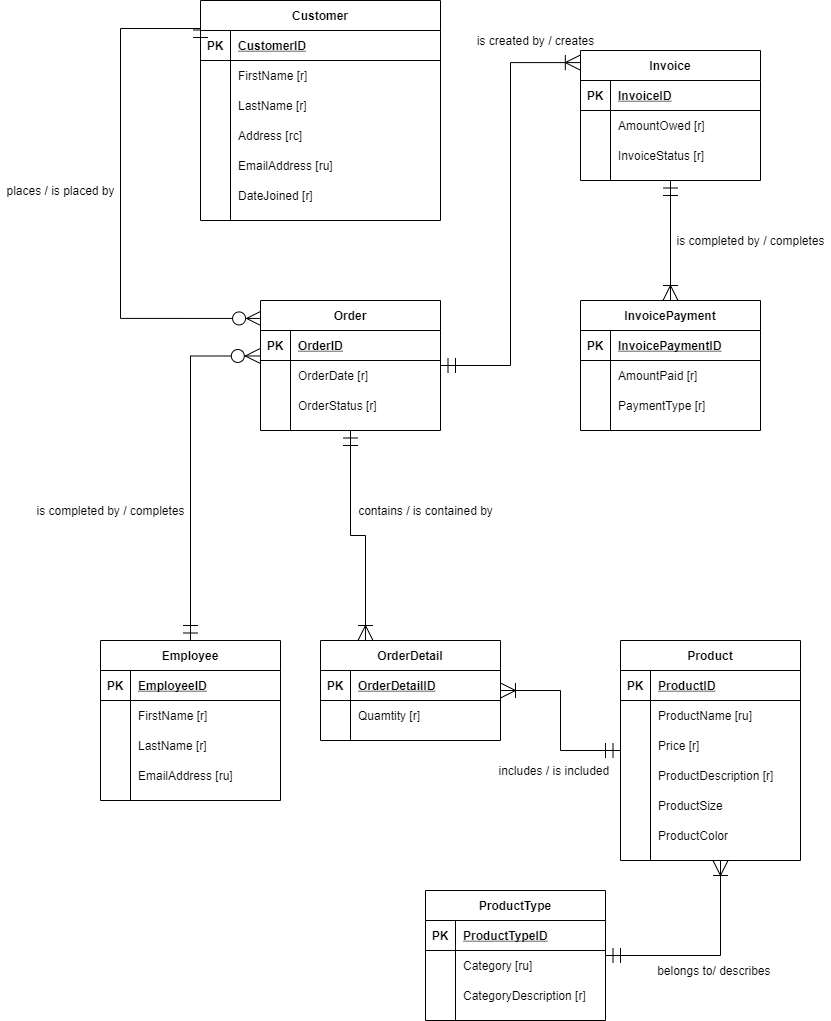
Earlier version of the draw.io export Project/Project Conceptual Model.png (trisxcj1/SyracuseUniversity_IST659). Source tidied: cells renumbered, new cells last; positions are measured from the earlier drawing's top-left corner, leaving out a move shared by most shapes.
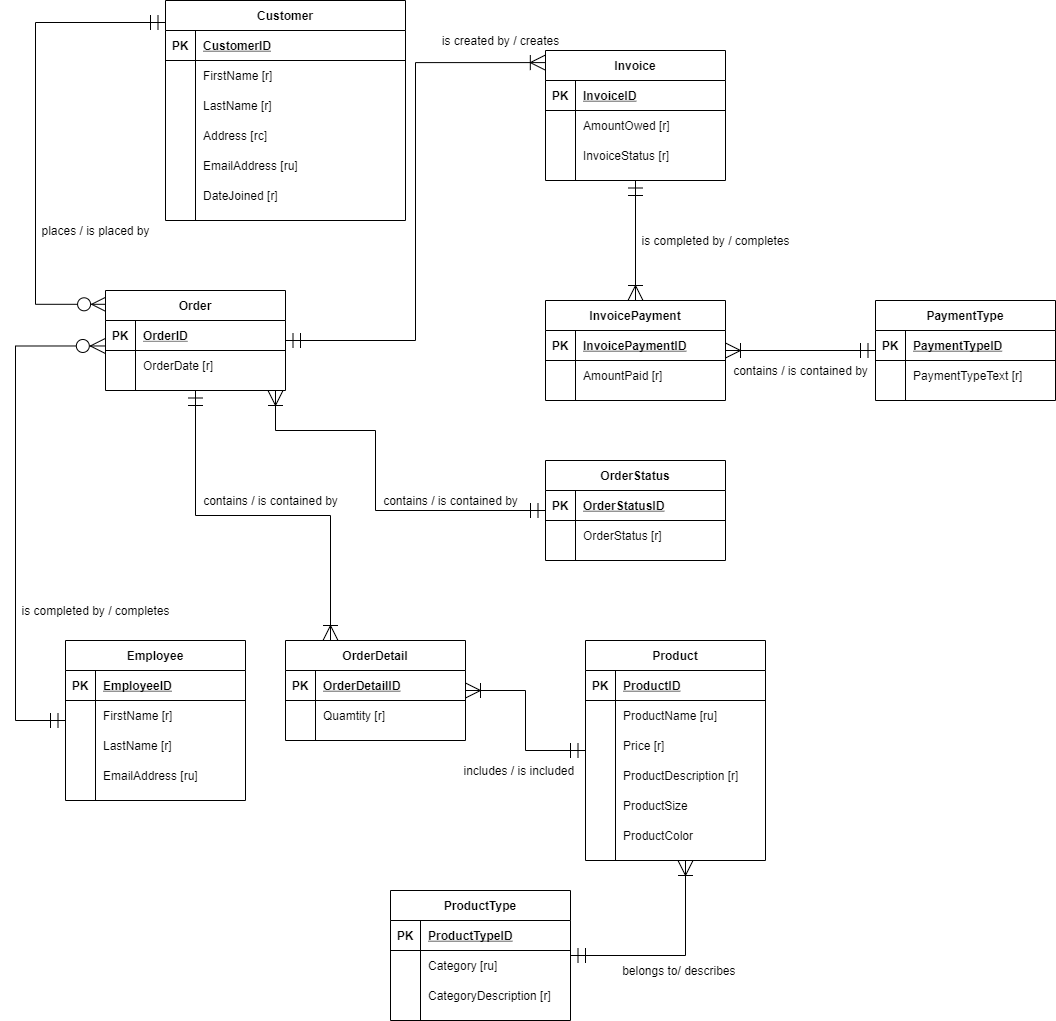
After the change.

Commit message:
made a status table and an invoice payment type table

The edit, as a diff of the source:
```diff
@@ -5,8 +5,8 @@
     <mxCell id="2" style="edgeStyle=orthogonalEdgeStyle;rounded=0;jettySize=auto;html=1;startArrow=ERmandOne;startFill=0;startSize=13;endArrow=ERzeroToMany;endFill=1;endSize=13;exitX=0;exitY=0.1;exitDx=0;exitDy=0;exitPerimeter=0;entryX=0.006;entryY=0.138;entryDx=0;entryDy=0;entryPerimeter=0;" parent="1" edge="1" source="3" target="68">
       <mxGeometry relative="1" as="geometry">
         <Array as="points">
-          <mxPoint x="120" y="28" />
-          <mxPoint x="120" y="318" />
+          <mxPoint x="70" y="22" />
+          <mxPoint x="70" y="304" />
         </Array>
       </mxGeometry>
     </mxCell>
@@ -203,18 +203,33 @@
     <mxCell id="65" style="edgeStyle=orthogonalEdgeStyle;rounded=0;jettySize=auto;html=1;startArrow=ERzeroToMany;startFill=1;startSize=13;endArrow=ERmandOne;endFill=0;endSize=13;exitX=-0.001;exitY=0.849;exitDx=0;exitDy=0;exitPerimeter=0;" parent="1" edge="1" source="69" target="42">
       <mxGeometry relative="1" as="geometry">
         <Array as="points">
-          <mxPoint x="190" y="356" />
+          <mxPoint x="50" y="346" />
+          <mxPoint x="50" y="720" />
         </Array>
       </mxGeometry>
     </mxCell>
     <mxCell id="66" style="edgeStyle=orthogonalEdgeStyle;rounded=0;jettySize=auto;html=1;entryX=0.25;entryY=0;entryDx=0;entryDy=0;startArrow=ERmandOne;startFill=0;startSize=13;endArrow=ERoneToMany;endFill=0;endSize=13;" parent="1" edge="1" source="68" target="90">
-      <mxGeometry relative="1" as="geometry" />
+      <mxGeometry relative="1" as="geometry">
+        <Array as="points">
+          <mxPoint x="230" y="515" />
+          <mxPoint x="365" y="515" />
+        </Array>
+      </mxGeometry>
     </mxCell>
     <mxCell id="67" style="edgeStyle=orthogonalEdgeStyle;rounded=0;jettySize=auto;html=1;entryX=-0.001;entryY=0.093;entryDx=0;entryDy=0;entryPerimeter=0;startArrow=ERmandOne;startFill=0;startSize=13;endArrow=ERoneToMany;endFill=0;endSize=13;" parent="1" edge="1" source="68" target="55">
       <mxGeometry relative="1" as="geometry" />
     </mxCell>
+    <mxCell id="114" style="edgeStyle=orthogonalEdgeStyle;rounded=0;jettySize=auto;html=1;endSize=13;startSize=13;endArrow=ERmandOne;endFill=0;startArrow=ERoneToMany;startFill=0;" parent="1" edge="1" source="68" target="116">
+      <mxGeometry relative="1" as="geometry">
+        <Array as="points">
+          <mxPoint x="310" y="430" />
+          <mxPoint x="410" y="430" />
+          <mxPoint x="410" y="510" />
+        </Array>
+      </mxGeometry>
+    </mxCell>
     <mxCell id="68" value="Order" style="shape=table;startSize=30;rowLines=0;fontStyle=1;align=center;" parent="1" vertex="1">
-      <mxGeometry x="260" y="300" width="180" height="130" as="geometry" />
+      <mxGeometry x="140" y="290" width="180" height="100" as="geometry" />
     </mxCell>
     <mxCell id="69" style="shape=partialRectangle;fillColor=none;top=0;left=0;bottom=1;right=0;points=[[0,0.5],[1,0.5]];portConstraint=eastwest;" parent="68" vertex="1">
       <mxGeometry y="30" width="180" height="30" as="geometry" />
@@ -234,20 +249,14 @@
     <mxCell id="74" value="OrderDate [r]" style="shape=partialRectangle;fillColor=none;top=0;left=0;bottom=0;right=0;align=left;spacingLeft=6;overflow=hidden;" parent="72" vertex="1">
       <mxGeometry x="30" width="150" height="30" as="geometry" />
     </mxCell>
-    <mxCell id="75" style="shape=partialRectangle;fillColor=none;top=0;left=0;bottom=0;right=0;" parent="68" vertex="1">
-      <mxGeometry y="90" width="180" height="30" as="geometry" />
-    </mxCell>
-    <mxCell id="76" style="shape=partialRectangle;fillColor=none;top=0;left=0;bottom=0;right=0;overflow=hidden;" parent="75" vertex="1">
-      <mxGeometry width="30" height="30" as="geometry" />
-    </mxCell>
-    <mxCell id="77" value="OrderStatus [r]" style="shape=partialRectangle;fillColor=none;top=0;left=0;bottom=0;right=0;align=left;spacingLeft=6;overflow=hidden;" parent="75" vertex="1">
-      <mxGeometry x="30" width="150" height="30" as="geometry" />
-    </mxCell>
     <mxCell id="78" style="edgeStyle=orthogonalEdgeStyle;rounded=0;jettySize=auto;html=1;startArrow=ERoneToMany;startFill=0;startSize=13;endArrow=ERmandOne;endFill=0;endSize=13;" parent="1" edge="1" source="79" target="55">
       <mxGeometry relative="1" as="geometry" />
     </mxCell>
+    <mxCell id="115" style="edgeStyle=orthogonalEdgeStyle;rounded=0;jettySize=auto;html=1;startArrow=ERoneToMany;startFill=0;startSize=13;endArrow=ERmandOne;endFill=0;endSize=13;" parent="1" edge="1" source="79" target="123">
+      <mxGeometry relative="1" as="geometry" />
+    </mxCell>
     <mxCell id="79" value="InvoicePayment" style="shape=table;startSize=30;rowLines=0;fontStyle=1;align=center;" parent="1" vertex="1">
-      <mxGeometry x="580" y="300" width="180" height="130" as="geometry" />
+      <mxGeometry x="580" y="300" width="180" height="100" as="geometry" />
     </mxCell>
     <mxCell id="80" style="shape=partialRectangle;fillColor=none;top=0;left=0;bottom=1;right=0;" parent="79" vertex="1">
       <mxGeometry y="30" width="180" height="30" as="geometry" />
@@ -267,15 +276,6 @@
     <mxCell id="85" value="AmountPaid [r]" style="shape=partialRectangle;fillColor=none;top=0;left=0;bottom=0;right=0;align=left;spacingLeft=6;overflow=hidden;" parent="83" vertex="1">
       <mxGeometry x="30" width="150" height="30" as="geometry" />
     </mxCell>
-    <mxCell id="86" style="shape=partialRectangle;fillColor=none;top=0;left=0;bottom=0;right=0;" parent="79" vertex="1">
-      <mxGeometry y="90" width="180" height="30" as="geometry" />
-    </mxCell>
-    <mxCell id="87" style="shape=partialRectangle;fillColor=none;top=0;left=0;bottom=0;right=0;overflow=hidden;" parent="86" vertex="1">
-      <mxGeometry width="30" height="30" as="geometry" />
-    </mxCell>
-    <mxCell id="88" value="PaymentType [r]" style="shape=partialRectangle;fillColor=none;top=0;left=0;bottom=0;right=0;align=left;spacingLeft=6;overflow=hidden;" parent="86" vertex="1">
-      <mxGeometry x="30" width="150" height="30" as="geometry" />
-    </mxCell>
     <mxCell id="89" style="edgeStyle=orthogonalEdgeStyle;rounded=0;jettySize=auto;html=1;startArrow=ERoneToMany;startFill=0;startSize=13;endArrow=ERmandOne;endFill=0;endSize=13;" parent="1" edge="1" source="90" target="23">
       <mxGeometry relative="1" as="geometry" />
     </mxCell>
@@ -301,13 +301,13 @@
       <mxGeometry x="30" width="150" height="30" as="geometry" />
     </mxCell>
     <mxCell id="97" value="places / is placed by" style="text;html=1;align=center;verticalAlign=middle;" parent="1" vertex="1">
-      <mxGeometry y="180" width="120" height="20" as="geometry" />
+      <mxGeometry x="70" y="220" width="120" height="20" as="geometry" />
     </mxCell>
     <mxCell id="98" value="is completed by / completes" style="text;html=1;align=center;verticalAlign=middle;" parent="1" vertex="1">
-      <mxGeometry x="30" y="500" width="160" height="20" as="geometry" />
+      <mxGeometry x="50" y="600" width="160" height="20" as="geometry" />
     </mxCell>
     <mxCell id="99" value="contains / is contained by" style="text;html=1;align=center;verticalAlign=middle;" parent="1" vertex="1">
-      <mxGeometry x="350" y="500" width="150" height="20" as="geometry" />
+      <mxGeometry x="230" y="490" width="150" height="20" as="geometry" />
     </mxCell>
     <mxCell id="100" value="includes / is included&amp;nbsp;" style="text;html=1;align=center;verticalAlign=middle;" parent="1" vertex="1">
       <mxGeometry x="490" y="760" width="130" height="20" as="geometry" />
@@ -351,5 +351,53 @@
     <mxCell id="113" value="belongs to/ describes&amp;nbsp;" style="text;html=1;align=center;verticalAlign=middle;" parent="1" vertex="1">
       <mxGeometry x="650" y="960" width="130" height="20" as="geometry" />
     </mxCell>
+    <mxCell id="116" value="OrderStatus" style="shape=table;startSize=30;rowLines=0;fontStyle=1;align=center;" parent="1" vertex="1">
+      <mxGeometry x="580" y="460" width="180" height="100" as="geometry" />
+    </mxCell>
+    <mxCell id="117" style="shape=partialRectangle;fillColor=none;top=0;left=0;bottom=1;right=0;" parent="116" vertex="1">
+      <mxGeometry y="30" width="180" height="30" as="geometry" />
+    </mxCell>
+    <mxCell id="118" value="PK" style="shape=partialRectangle;fillColor=none;top=0;left=0;bottom=0;right=0;fontStyle=1;overflow=hidden;" parent="117" vertex="1">
+      <mxGeometry width="30" height="30" as="geometry" />
+    </mxCell>
+    <mxCell id="119" value="OrderStatusID" style="shape=partialRectangle;fillColor=none;top=0;left=0;bottom=0;right=0;align=left;spacingLeft=6;fontStyle=5;overflow=hidden;" parent="117" vertex="1">
+      <mxGeometry x="30" width="150" height="30" as="geometry" />
+    </mxCell>
+    <mxCell id="120" style="shape=partialRectangle;fillColor=none;top=0;left=0;bottom=0;right=0;" parent="116" vertex="1">
+      <mxGeometry y="60" width="180" height="30" as="geometry" />
+    </mxCell>
+    <mxCell id="121" style="shape=partialRectangle;fillColor=none;top=0;left=0;bottom=0;right=0;overflow=hidden;" parent="120" vertex="1">
+      <mxGeometry width="30" height="30" as="geometry" />
+    </mxCell>
+    <mxCell id="77" value="OrderStatus [r]" style="shape=partialRectangle;fillColor=none;top=0;left=0;bottom=0;right=0;align=left;spacingLeft=6;overflow=hidden;" parent="120" vertex="1">
+      <mxGeometry x="30" width="150" height="30" as="geometry" />
+    </mxCell>
+    <mxCell id="122" value="contains / is contained by" style="text;html=1;align=center;verticalAlign=middle;" parent="1" vertex="1">
+      <mxGeometry x="410" y="490" width="150" height="20" as="geometry" />
+    </mxCell>
+    <mxCell id="123" value="PaymentType" style="shape=table;startSize=30;rowLines=0;fontStyle=1;align=center;" parent="1" vertex="1">
+      <mxGeometry x="910" y="300" width="180" height="100" as="geometry" />
+    </mxCell>
+    <mxCell id="124" style="shape=partialRectangle;fillColor=none;top=0;left=0;bottom=1;right=0;" parent="123" vertex="1">
+      <mxGeometry y="30" width="180" height="30" as="geometry" />
+    </mxCell>
+    <mxCell id="125" value="PK" style="shape=partialRectangle;fillColor=none;top=0;left=0;bottom=0;right=0;fontStyle=1;overflow=hidden;" parent="124" vertex="1">
+      <mxGeometry width="30" height="30" as="geometry" />
+    </mxCell>
+    <mxCell id="126" value="PaymentTypeID" style="shape=partialRectangle;fillColor=none;top=0;left=0;bottom=0;right=0;align=left;spacingLeft=6;fontStyle=5;overflow=hidden;" parent="124" vertex="1">
+      <mxGeometry x="30" width="150" height="30" as="geometry" />
+    </mxCell>
+    <mxCell id="127" style="shape=partialRectangle;fillColor=none;top=0;left=0;bottom=0;right=0;" parent="123" vertex="1">
+      <mxGeometry y="60" width="180" height="30" as="geometry" />
+    </mxCell>
+    <mxCell id="128" style="shape=partialRectangle;fillColor=none;top=0;left=0;bottom=0;right=0;overflow=hidden;" parent="127" vertex="1">
+      <mxGeometry width="30" height="30" as="geometry" />
+    </mxCell>
+    <mxCell id="129" value="PaymentTypeText [r]" style="shape=partialRectangle;fillColor=none;top=0;left=0;bottom=0;right=0;align=left;spacingLeft=6;overflow=hidden;" parent="127" vertex="1">
+      <mxGeometry x="30" width="150" height="30" as="geometry" />
+    </mxCell>
+    <mxCell id="130" value="contains / is contained by" style="text;html=1;align=center;verticalAlign=middle;" parent="1" vertex="1">
+      <mxGeometry x="760" y="360" width="150" height="20" as="geometry" />
+    </mxCell>
   </root>
 </mxGraphModel>
```
